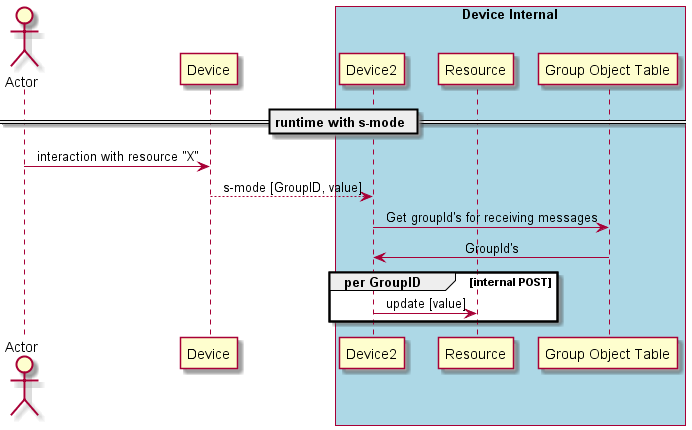
KNX-IOT/KNX-IOT-STACK keeps this PlantUML diagram as images/sequence_receive_s-mode.png. Above is the earlier version.
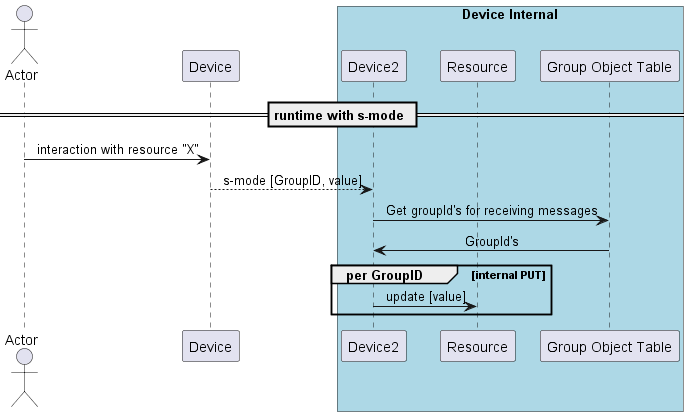
The same diagram one commit later.

Commit message:
update s-mode diagram: using put instead of post

The edit, as a diff of the source:
```diff
@@ -20,7 +20,7 @@
 Dev2 <- GOT : GroupId's
 
 
-group per GroupID [internal POST]
+group per GroupID [internal PUT]
     Dev2 -> Resource :update [value]
 end
 
```
